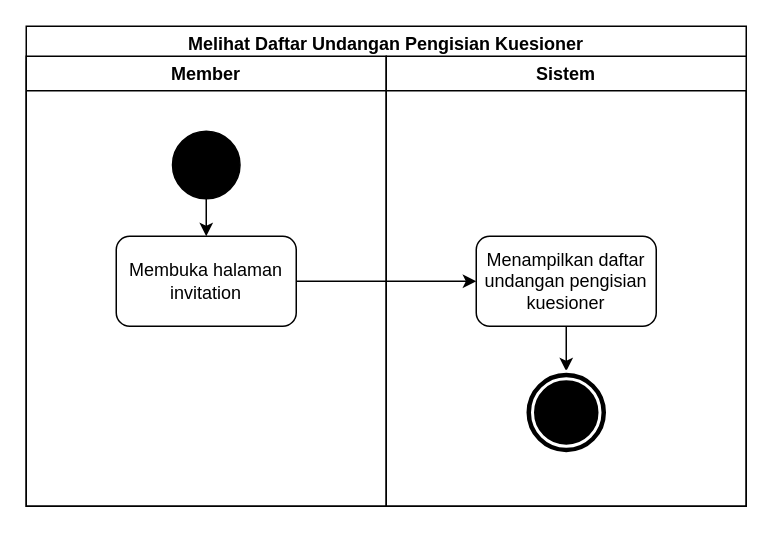
Above: Diagram/Activity Diagram/26. melihat daftar undangan pengisian kuesioner.drawio in techie-jhs/thesis (draw.io), before the change. Source tidied: cells renumbered, new cells numbered last; positions are measured from the earlier drawing's top-left corner, leaving out a move shared by most shapes. Both pictures are drawn from the tidied source at 150%, with x=0, y=0 at pixel (26, 26).
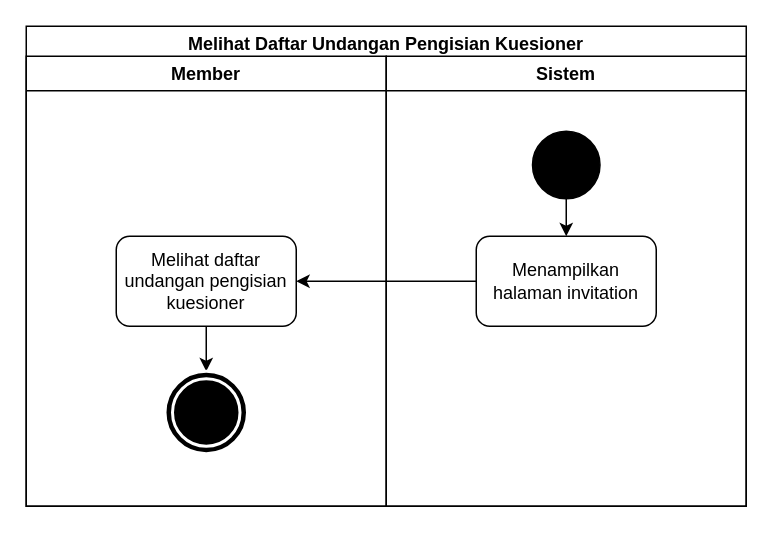
The same diagram, later.

What changed in the source:
```diff
@@
 <mxGraphModel>
   <root>
     <mxCell id="0" />
     <mxCell id="1" parent="0" />
     <mxCell id="2" value="Melihat Daftar Undangan Pengisian Kuesioner" style="swimlane;fillColor=none;" parent="1" vertex="1">
       <mxGeometry width="480" height="320" as="geometry" />
     </mxCell>
     <mxCell id="3" value="Member" style="swimlane;" parent="2" vertex="1">
       <mxGeometry y="20" width="240" height="300" as="geometry" />
     </mxCell>
-    <mxCell id="4" style="edgeStyle=orthogonalEdgeStyle;rounded=0;jettySize=auto;html=1;" parent="3" edge="1" source="5" target="6">
-      <mxGeometry relative="1" as="geometry" />
-    </mxCell>
+    <mxCell id="12" style="edgeStyle=orthogonalEdgeStyle;rounded=0;jettySize=auto;html=1;" parent="3" edge="1" source="6" target="10">
+      <mxGeometry relative="1" as="geometry" />
+    </mxCell>
+    <mxCell id="6" value="Melihat daftar undangan pengisian kuesioner" style="rounded=1;whiteSpace=wrap;html=1;fillColor=none;" parent="3" vertex="1">
+      <mxGeometry x="60" y="120" width="120" height="60" as="geometry" />
+    </mxCell>
+    <mxCell id="10" style="ellipse;shape=doubleEllipse;whiteSpace=wrap;html=1;fillColor=#000000;strokeColor=#FFFFFF;strokeWidth=2;" parent="3" vertex="1">
+      <mxGeometry x="92.5" y="210" width="55" height="55" as="geometry" />
+    </mxCell>
+    <mxCell id="7" value="Sistem" style="swimlane;" parent="2" vertex="1">
+      <mxGeometry x="240" y="20" width="240" height="300" as="geometry" />
+    </mxCell>
+    <mxCell id="9" value="Menampilkan halaman invitation" style="rounded=1;whiteSpace=wrap;html=1;fillColor=none;" parent="7" vertex="1">
+      <mxGeometry x="60" y="120" width="120" height="60" as="geometry" />
+    </mxCell>
+    <mxCell id="13" style="edgeStyle=orthogonalEdgeStyle;rounded=0;jettySize=auto;html=1;" parent="7" edge="1" source="5" target="9">
+      <mxGeometry relative="1" as="geometry" />
+    </mxCell>
-    <mxCell id="5" style="ellipse;whiteSpace=wrap;html=1;fillColor=#000000;" parent="3" vertex="1">
+    <mxCell id="5" style="ellipse;whiteSpace=wrap;html=1;fillColor=#000000;" parent="7" vertex="1">
       <mxGeometry x="97.5" y="50" width="45" height="45" as="geometry" />
     </mxCell>
-    <mxCell id="6" value="Membuka halaman invitation" style="rounded=1;whiteSpace=wrap;html=1;fillColor=none;" parent="3" vertex="1">
-      <mxGeometry x="60" y="120" width="120" height="60" as="geometry" />
-    </mxCell>
-    <mxCell id="7" value="Sistem" style="swimlane;" parent="2" vertex="1">
-      <mxGeometry x="240" y="20" width="240" height="300" as="geometry" />
-    </mxCell>
-    <mxCell id="8" style="edgeStyle=orthogonalEdgeStyle;rounded=0;jettySize=auto;html=1;" parent="7" edge="1" source="9" target="10">
-      <mxGeometry relative="1" as="geometry" />
-    </mxCell>
-    <mxCell id="9" value="Menampilkan daftar undangan pengisian kuesioner" style="rounded=1;whiteSpace=wrap;html=1;fillColor=none;" parent="7" vertex="1">
-      <mxGeometry x="60" y="120" width="120" height="60" as="geometry" />
-    </mxCell>
-    <mxCell id="10" style="ellipse;shape=doubleEllipse;whiteSpace=wrap;html=1;fillColor=#000000;strokeColor=#FFFFFF;strokeWidth=2;" parent="7" vertex="1">
-      <mxGeometry x="92.5" y="210" width="55" height="55" as="geometry" />
-    </mxCell>
-    <mxCell id="11" style="edgeStyle=orthogonalEdgeStyle;rounded=0;jettySize=auto;html=1;" parent="2" edge="1" source="6" target="9">
-      <mxGeometry relative="1" as="geometry" />
-    </mxCell>
+    <mxCell id="14" style="edgeStyle=orthogonalEdgeStyle;rounded=0;jettySize=auto;html=1;" parent="2" edge="1" source="9" target="6">
+      <mxGeometry relative="1" as="geometry" />
+    </mxCell>
   </root>
 </mxGraphModel>
```
